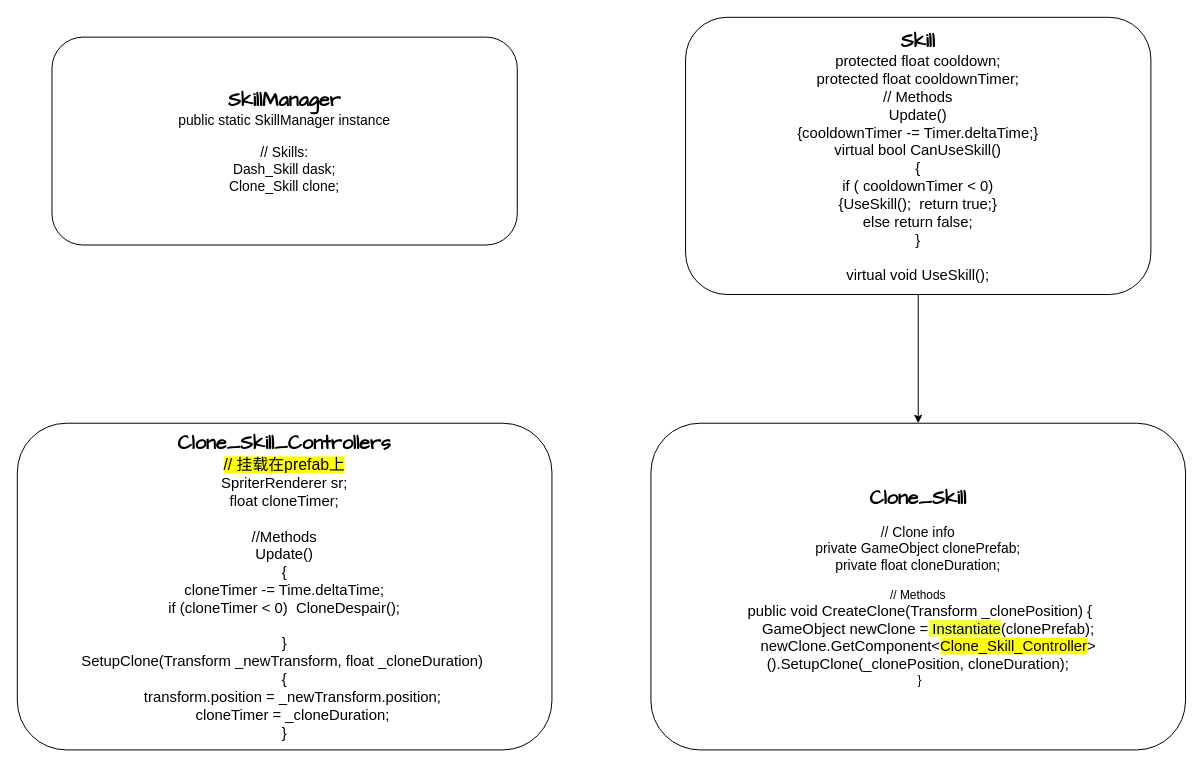
Above: all/SkillSystem.drawio in Jormungandr5/iodraw-files (draw.io), before the change. Source tidied: cells renumbered, new cells numbered last; positions are measured from the earlier drawing's top-left corner, leaving out a move shared by most shapes. Both pictures are drawn from the tidied source at 99%, with x=0, y=0 at pixel (17, 17).
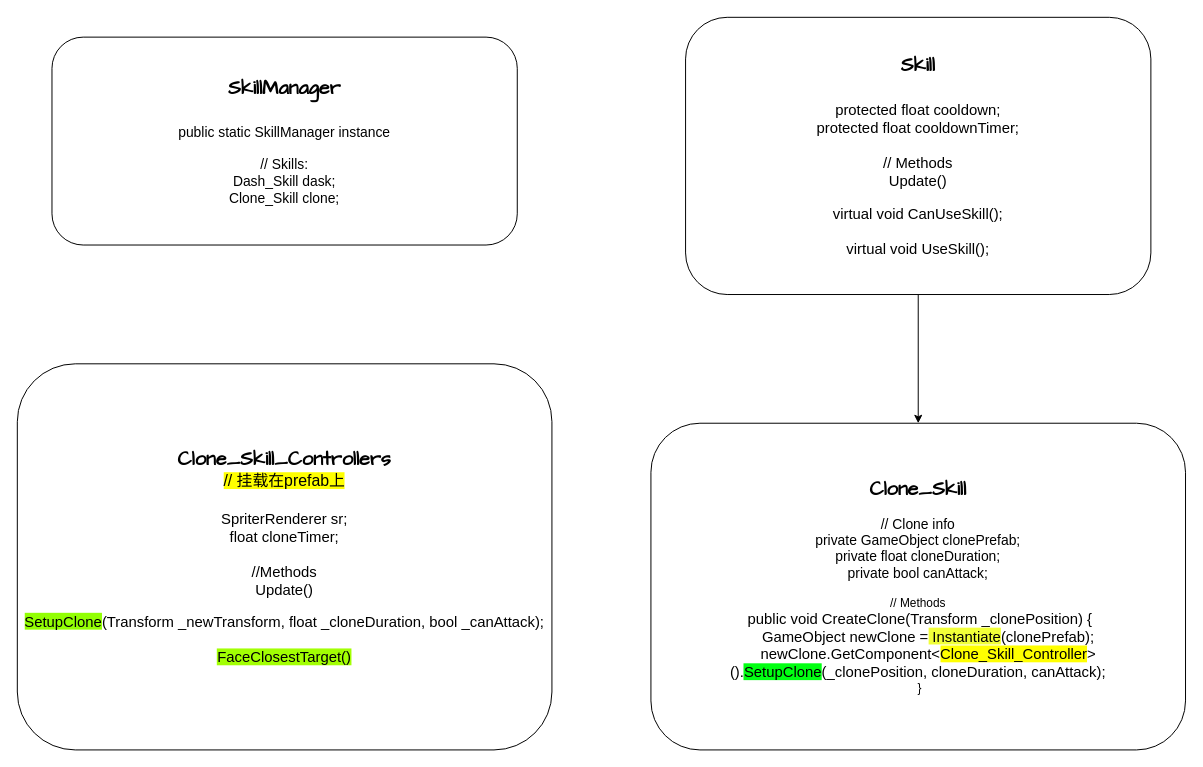
After the change.

Diff of the diagram source:
```diff
@@
 <mxGraphModel>
   <root>
     <mxCell id="0" />
     <mxCell id="1" parent="0" />
-    <mxCell id="2" value="&lt;b&gt;&lt;font face=&quot;Comic Sans MS&quot; style=&quot;font-size: 20px;&quot;&gt;SkillManager&lt;/font&gt;&lt;/b&gt;&lt;div&gt;&lt;font style=&quot;font-size: 14px;&quot;&gt;public static SkillManager instance&lt;/font&gt;&lt;/div&gt;&lt;div&gt;&lt;font style=&quot;font-size: 14px;&quot;&gt;&lt;br&gt;&lt;/font&gt;&lt;/div&gt;&lt;div&gt;&lt;font style=&quot;font-size: 14px;&quot;&gt;// Skills:&lt;/font&gt;&lt;/div&gt;&lt;div&gt;&lt;font style=&quot;font-size: 14px;&quot;&gt;Dash_Skill dask;&lt;/font&gt;&lt;/div&gt;&lt;div&gt;&lt;font style=&quot;font-size: 14px;&quot;&gt;Clone_Skill clone;&lt;/font&gt;&lt;/div&gt;" style="rounded=1;whiteSpace=wrap;html=1;" parent="1" vertex="1">
+    <mxCell id="2" value="&lt;b&gt;&lt;font face=&quot;Comic Sans MS&quot; style=&quot;font-size: 20px;&quot;&gt;SkillManager&lt;/font&gt;&lt;/b&gt;&lt;div&gt;&lt;font face=&quot;Comic Sans MS&quot;&gt;&lt;span style=&quot;font-size: 20px;&quot;&gt;&lt;b&gt;&lt;br&gt;&lt;/b&gt;&lt;/span&gt;&lt;/font&gt;&lt;div&gt;&lt;font style=&quot;font-size: 14px;&quot;&gt;public static SkillManager instance&lt;/font&gt;&lt;/div&gt;&lt;div&gt;&lt;font style=&quot;font-size: 14px;&quot;&gt;&lt;br&gt;&lt;/font&gt;&lt;/div&gt;&lt;div&gt;&lt;font style=&quot;font-size: 14px;&quot;&gt;// Skills:&lt;/font&gt;&lt;/div&gt;&lt;div&gt;&lt;font style=&quot;font-size: 14px;&quot;&gt;Dash_Skill dask;&lt;/font&gt;&lt;/div&gt;&lt;div&gt;&lt;font style=&quot;font-size: 14px;&quot;&gt;Clone_Skill clone;&lt;/font&gt;&lt;/div&gt;&lt;/div&gt;" style="rounded=1;whiteSpace=wrap;html=1;" parent="1" vertex="1">
       <mxGeometry x="35" y="20" width="470" height="210" as="geometry" />
     </mxCell>
-    <mxCell id="3" value="&lt;font face=&quot;Comic Sans MS&quot; style=&quot;font-size: 20px;&quot;&gt;&lt;b&gt;Clone_Skill&lt;/b&gt;&lt;/font&gt;&lt;div&gt;&lt;br&gt;&lt;/div&gt;&lt;div&gt;&lt;font style=&quot;font-size: 14px;&quot;&gt;// Clone info&lt;/font&gt;&lt;/div&gt;&lt;div&gt;&lt;font style=&quot;font-size: 14px;&quot;&gt;private GameObject clonePrefab;&lt;/font&gt;&lt;/div&gt;&lt;div&gt;&lt;font style=&quot;font-size: 14px;&quot;&gt;private float cloneDuration;&lt;/font&gt;&lt;/div&gt;&lt;div&gt;&lt;br&gt;&lt;/div&gt;&lt;div&gt;// Methods&lt;/div&gt;&lt;div&gt;&lt;div&gt;&lt;font style=&quot;font-size: 15px;&quot;&gt;&amp;nbsp;public void CreateClone(Transform _clonePosition)&lt;span style=&quot;background-color: transparent; color: light-dark(rgb(0, 0, 0), rgb(255, 255, 255));&quot;&gt;&amp;nbsp;{&lt;/span&gt;&lt;/font&gt;&lt;/div&gt;&lt;div&gt;&lt;font style=&quot;font-size: 15px;&quot;&gt;&amp;nbsp; &amp;nbsp; &amp;nbsp;GameObject newClone =&lt;span style=&quot;background-color: rgb(241, 255, 57);&quot;&gt; Instantiate&lt;/span&gt;(clonePrefab);&lt;/font&gt;&lt;/div&gt;&lt;div&gt;&lt;font style=&quot;font-size: 15px;&quot;&gt;&amp;nbsp; &amp;nbsp; &amp;nbsp;newClone.GetComponent&amp;lt;&lt;span style=&quot;background-color: rgb(255, 255, 0);&quot;&gt;Clone_Skill_Controller&lt;/span&gt;&amp;gt;().SetupClone(_clonePosition, cloneDuration);&lt;/font&gt;&lt;/div&gt;&lt;div&gt;&amp;nbsp;}&lt;/div&gt;&lt;/div&gt;" style="whiteSpace=wrap;html=1;rounded=1;" parent="1" vertex="1">
+    <mxCell id="3" value="&lt;font face=&quot;Comic Sans MS&quot; style=&quot;font-size: 20px;&quot;&gt;&lt;b&gt;Clone_Skill&lt;/b&gt;&lt;/font&gt;&lt;div&gt;&lt;br&gt;&lt;/div&gt;&lt;div&gt;&lt;font style=&quot;font-size: 14px;&quot;&gt;// Clone info&lt;/font&gt;&lt;/div&gt;&lt;div&gt;&lt;font style=&quot;font-size: 14px;&quot;&gt;private GameObject clonePrefab;&lt;/font&gt;&lt;/div&gt;&lt;div&gt;&lt;font style=&quot;font-size: 14px;&quot;&gt;private float cloneDuration;&lt;/font&gt;&lt;/div&gt;&lt;div&gt;&lt;font style=&quot;font-size: 14px;&quot;&gt;private bool canAttack;&lt;/font&gt;&lt;/div&gt;&lt;div&gt;&lt;br&gt;&lt;/div&gt;&lt;div&gt;// Methods&lt;/div&gt;&lt;div&gt;&lt;div&gt;&lt;font style=&quot;font-size: 15px;&quot;&gt;&amp;nbsp;public void CreateClone(Transform _clonePosition)&lt;span style=&quot;background-color: transparent; color: light-dark(rgb(0, 0, 0), rgb(255, 255, 255));&quot;&gt;&amp;nbsp;{&lt;/span&gt;&lt;/font&gt;&lt;/div&gt;&lt;div&gt;&lt;font style=&quot;font-size: 15px;&quot;&gt;&amp;nbsp; &amp;nbsp; &amp;nbsp;GameObject newClone =&lt;span style=&quot;background-color: rgb(241, 255, 57);&quot;&gt; Instantiate&lt;/span&gt;(clonePrefab);&lt;/font&gt;&lt;/div&gt;&lt;div&gt;&lt;font style=&quot;font-size: 15px;&quot;&gt;&amp;nbsp; &amp;nbsp; &amp;nbsp;newClone.GetComponent&amp;lt;&lt;span style=&quot;background-color: rgb(255, 255, 0);&quot;&gt;Clone_Skill_Controller&lt;/span&gt;&amp;gt;().&lt;span style=&quot;background-color: rgb(1, 255, 18);&quot;&gt;SetupClone&lt;/span&gt;(_clonePosition, cloneDuration, canAttack);&lt;/font&gt;&lt;/div&gt;&lt;div&gt;&amp;nbsp;}&lt;/div&gt;&lt;/div&gt;" style="whiteSpace=wrap;html=1;rounded=1;" parent="1" vertex="1">
       <mxGeometry x="640" y="410" width="540" height="330" as="geometry" />
     </mxCell>
-    <mxCell id="4" value="&lt;font face=&quot;Comic Sans MS&quot; style=&quot;font-size: 20px;&quot;&gt;&lt;b&gt;Clone_Skill_Controllers&lt;/b&gt;&lt;/font&gt;&lt;div&gt;&lt;font style=&quot;font-size: 16px; background-color: light-dark(rgb(255, 255, 0), rgb(237, 237, 237));&quot;&gt;// 挂载在prefab上&lt;br&gt;&lt;/font&gt;&lt;/div&gt;&lt;div&gt;&lt;span style=&quot;background-color: transparent; color: light-dark(rgb(0, 0, 0), rgb(255, 255, 255));&quot;&gt;&lt;font style=&quot;font-size: 15px;&quot;&gt;SpriterRenderer sr;&lt;/font&gt;&lt;/span&gt;&lt;/div&gt;&lt;div&gt;&lt;span style=&quot;background-color: transparent; color: light-dark(rgb(0, 0, 0), rgb(255, 255, 255));&quot;&gt;&lt;font style=&quot;font-size: 15px;&quot;&gt;float cloneTimer;&lt;/font&gt;&lt;/span&gt;&lt;/div&gt;&lt;div&gt;&lt;span style=&quot;background-color: transparent; color: light-dark(rgb(0, 0, 0), rgb(255, 255, 255));&quot;&gt;&lt;font style=&quot;font-size: 15px;&quot;&gt;&lt;br&gt;&lt;/font&gt;&lt;/span&gt;&lt;/div&gt;&lt;div&gt;&lt;span style=&quot;background-color: transparent; color: light-dark(rgb(0, 0, 0), rgb(255, 255, 255));&quot;&gt;&lt;font style=&quot;font-size: 15px;&quot;&gt;//Methods&lt;/font&gt;&lt;/span&gt;&lt;/div&gt;&lt;div&gt;&lt;span style=&quot;background-color: transparent; color: light-dark(rgb(0, 0, 0), rgb(255, 255, 255));&quot;&gt;&lt;font style=&quot;font-size: 15px;&quot;&gt;Update()&lt;/font&gt;&lt;/span&gt;&lt;/div&gt;&lt;div&gt;&lt;span style=&quot;background-color: transparent; color: light-dark(rgb(0, 0, 0), rgb(255, 255, 255));&quot;&gt;&lt;font style=&quot;font-size: 15px;&quot;&gt;{&lt;/font&gt;&lt;/span&gt;&lt;/div&gt;&lt;div&gt;&lt;span style=&quot;background-color: transparent;&quot;&gt;&lt;font style=&quot;&quot;&gt;&lt;span style=&quot;font-size: 15px;&quot;&gt;cloneTimer -= Time.deltaTime;&lt;/span&gt;&lt;/font&gt;&lt;/span&gt;&lt;/div&gt;&lt;div&gt;&lt;span style=&quot;background-color: transparent;&quot;&gt;&lt;font style=&quot;&quot;&gt;&lt;span style=&quot;font-size: 15px;&quot;&gt;if (cloneTimer &amp;lt; 0)&amp;nbsp; CloneDespair();&lt;/span&gt;&lt;/font&gt;&lt;/span&gt;&lt;/div&gt;&lt;div&gt;&lt;span style=&quot;background-color: transparent;&quot;&gt;&lt;font style=&quot;&quot;&gt;&lt;span style=&quot;font-size: 15px;&quot;&gt;&lt;br&gt;&lt;/span&gt;&lt;/font&gt;&lt;/span&gt;&lt;/div&gt;&lt;div&gt;&lt;span style=&quot;background-color: transparent;&quot;&gt;&lt;font style=&quot;&quot;&gt;&lt;span style=&quot;font-size: 15px;&quot;&gt;}&lt;/span&gt;&lt;/font&gt;&lt;/span&gt;&lt;/div&gt;&lt;div&gt;&lt;span style=&quot;background-color: transparent; color: light-dark(rgb(0, 0, 0), rgb(255, 255, 255));&quot;&gt;&lt;font style=&quot;font-size: 15px;&quot;&gt;SetupClone(Transform _newTransform, float _cloneDuration)&amp;nbsp;&lt;/font&gt;&lt;/span&gt;&lt;/div&gt;&lt;div&gt;&lt;span style=&quot;font-size: 15px;&quot;&gt;{&lt;/span&gt;&lt;/div&gt;&lt;div&gt;&lt;span style=&quot;font-size: 15px;&quot;&gt;&amp;nbsp; &amp;nbsp; transform.position = _newTransform.position;&lt;/span&gt;&lt;/div&gt;&lt;div&gt;&lt;span style=&quot;font-size: 15px;&quot;&gt;&amp;nbsp; &amp;nbsp; cloneTimer = _cloneDuration;&lt;/span&gt;&lt;/div&gt;&lt;div&gt;&lt;span style=&quot;background-color: transparent; font-size: 15px;&quot;&gt;}&lt;/span&gt;&lt;/div&gt;" style="whiteSpace=wrap;html=1;rounded=1;" parent="1" vertex="1">
-      <mxGeometry y="410" width="540" height="330" as="geometry" />
+    <mxCell id="4" value="&lt;font face=&quot;Comic Sans MS&quot; style=&quot;font-size: 20px;&quot;&gt;&lt;b&gt;Clone_Skill_Controllers&lt;/b&gt;&lt;/font&gt;&lt;div&gt;&lt;font style=&quot;font-size: 16px; background-color: light-dark(rgb(255, 255, 0), rgb(237, 237, 237));&quot;&gt;// 挂载在prefab上&lt;br&gt;&lt;/font&gt;&lt;/div&gt;&lt;div&gt;&lt;font style=&quot;font-size: 16px; background-color: light-dark(rgb(255, 255, 0), rgb(237, 237, 237));&quot;&gt;&lt;br&gt;&lt;/font&gt;&lt;/div&gt;&lt;div&gt;&lt;span style=&quot;background-color: transparent; color: light-dark(rgb(0, 0, 0), rgb(255, 255, 255));&quot;&gt;&lt;font style=&quot;font-size: 15px;&quot;&gt;SpriterRenderer sr;&lt;/font&gt;&lt;/span&gt;&lt;/div&gt;&lt;div&gt;&lt;span style=&quot;background-color: transparent; color: light-dark(rgb(0, 0, 0), rgb(255, 255, 255));&quot;&gt;&lt;font style=&quot;font-size: 15px;&quot;&gt;float cloneTimer;&lt;/font&gt;&lt;/span&gt;&lt;/div&gt;&lt;div&gt;&lt;span style=&quot;background-color: transparent; color: light-dark(rgb(0, 0, 0), rgb(255, 255, 255));&quot;&gt;&lt;font style=&quot;font-size: 15px;&quot;&gt;&lt;br&gt;&lt;/font&gt;&lt;/span&gt;&lt;/div&gt;&lt;div&gt;&lt;span style=&quot;background-color: transparent; color: light-dark(rgb(0, 0, 0), rgb(255, 255, 255));&quot;&gt;&lt;font style=&quot;font-size: 15px;&quot;&gt;//Methods&lt;/font&gt;&lt;/span&gt;&lt;/div&gt;&lt;div&gt;&lt;span style=&quot;background-color: transparent; color: light-dark(rgb(0, 0, 0), rgb(255, 255, 255));&quot;&gt;&lt;font style=&quot;font-size: 15px;&quot;&gt;Update()&lt;/font&gt;&lt;/span&gt;&lt;/div&gt;&lt;div&gt;&lt;br&gt;&lt;/div&gt;&lt;div&gt;&lt;span style=&quot;color: light-dark(rgb(0, 0, 0), rgb(255, 255, 255));&quot;&gt;&lt;font style=&quot;font-size: 15px;&quot;&gt;&lt;span style=&quot;background-color: rgb(146, 255, 3);&quot;&gt;SetupClone&lt;/span&gt;(Transform _newTransform, float _cloneDuration, bool _canAttack);&lt;/font&gt;&lt;/span&gt;&lt;/div&gt;&lt;div&gt;&lt;span style=&quot;background-color: transparent; font-size: 15px;&quot;&gt;&lt;br&gt;&lt;/span&gt;&lt;/div&gt;&lt;div&gt;&lt;font style=&quot;font-size: 15px; background-color: rgb(162, 255, 3);&quot;&gt;FaceClosestTarget()&lt;/font&gt;&lt;/div&gt;" style="whiteSpace=wrap;html=1;rounded=1;" parent="1" vertex="1">
+      <mxGeometry y="350" width="540" height="390" as="geometry" />
     </mxCell>
     <mxCell id="5" style="edgeStyle=orthogonalEdgeStyle;rounded=0;jettySize=auto;html=1;" parent="1" edge="1" source="6" target="3">
       <mxGeometry relative="1" as="geometry" />
     </mxCell>
-    <mxCell id="6" value="&lt;font face=&quot;Comic Sans MS&quot;&gt;&lt;span style=&quot;font-size: 20px;&quot;&gt;&lt;b&gt;Skill&lt;/b&gt;&lt;/span&gt;&lt;/font&gt;&lt;div&gt;&lt;font style=&quot;font-size: 15px;&quot;&gt;protected float cooldown;&lt;/font&gt;&lt;/div&gt;&lt;div&gt;&lt;font style=&quot;font-size: 15px;&quot;&gt;protected float cooldownTimer;&lt;/font&gt;&lt;/div&gt;&lt;div&gt;&lt;span style=&quot;font-size: 15px;&quot;&gt;// Methods&lt;/span&gt;&lt;/div&gt;&lt;div&gt;&lt;span style=&quot;font-size: 15px;&quot;&gt;Update()&lt;/span&gt;&lt;/div&gt;&lt;div&gt;&lt;span style=&quot;font-size: 15px;&quot;&gt;{cooldownTimer -= Timer.deltaTime;}&lt;/span&gt;&lt;/div&gt;&lt;div&gt;&lt;span style=&quot;font-size: 15px;&quot;&gt;virtual bool CanUseSkill()&lt;/span&gt;&lt;/div&gt;&lt;div&gt;&lt;span style=&quot;font-size: 15px;&quot;&gt;{&lt;/span&gt;&lt;/div&gt;&lt;div&gt;&lt;span style=&quot;font-size: 15px;&quot;&gt;&amp;nbsp;if ( cooldownTimer &amp;lt; 0)&amp;nbsp;&lt;/span&gt;&lt;/div&gt;&lt;div&gt;&lt;span style=&quot;font-size: 15px;&quot;&gt;{&lt;/span&gt;&lt;span style=&quot;font-size: 15px; background-color: transparent; color: light-dark(rgb(0, 0, 0), rgb(255, 255, 255));&quot;&gt;UseSkill();&amp;nbsp; r&lt;/span&gt;&lt;span style=&quot;font-size: 15px; background-color: transparent; color: light-dark(rgb(0, 0, 0), rgb(255, 255, 255));&quot;&gt;eturn true;&lt;/span&gt;&lt;span style=&quot;font-size: 15px; background-color: transparent; color: light-dark(rgb(0, 0, 0), rgb(255, 255, 255));&quot;&gt;}&lt;/span&gt;&lt;/div&gt;&lt;div&gt;&lt;span style=&quot;font-size: 15px;&quot;&gt;else return false;&lt;/span&gt;&lt;/div&gt;&lt;div&gt;&lt;span style=&quot;font-size: 15px;&quot;&gt;}&lt;/span&gt;&lt;/div&gt;&lt;div&gt;&lt;span style=&quot;font-size: 15px;&quot;&gt;&lt;br&gt;&lt;/span&gt;&lt;/div&gt;&lt;div&gt;&lt;span style=&quot;font-size: 15px;&quot;&gt;virtual void UseSkill();&lt;/span&gt;&lt;/div&gt;" style="rounded=1;whiteSpace=wrap;html=1;" parent="1" vertex="1">
+    <mxCell id="6" value="&lt;font face=&quot;Comic Sans MS&quot;&gt;&lt;span style=&quot;font-size: 20px;&quot;&gt;&lt;b&gt;Skill&lt;/b&gt;&lt;/span&gt;&lt;/font&gt;&lt;div&gt;&lt;font face=&quot;Comic Sans MS&quot;&gt;&lt;span style=&quot;font-size: 20px;&quot;&gt;&lt;b&gt;&lt;br&gt;&lt;/b&gt;&lt;/span&gt;&lt;/font&gt;&lt;div&gt;&lt;font style=&quot;font-size: 15px;&quot;&gt;protected float cooldown;&lt;/font&gt;&lt;/div&gt;&lt;div&gt;&lt;font style=&quot;font-size: 15px;&quot;&gt;protected float cooldownTimer;&lt;/font&gt;&lt;/div&gt;&lt;div&gt;&lt;font style=&quot;font-size: 15px;&quot;&gt;&lt;br&gt;&lt;/font&gt;&lt;/div&gt;&lt;div&gt;&lt;span style=&quot;font-size: 15px;&quot;&gt;// Methods&lt;/span&gt;&lt;/div&gt;&lt;div&gt;&lt;span style=&quot;font-size: 15px;&quot;&gt;Update()&lt;/span&gt;&lt;/div&gt;&lt;div&gt;&lt;br&gt;&lt;/div&gt;&lt;div&gt;&lt;font style=&quot;font-size: 15px;&quot;&gt;virtual void CanUseSkill();&lt;/font&gt;&lt;/div&gt;&lt;div&gt;&lt;span style=&quot;font-size: 15px;&quot;&gt;&lt;br&gt;&lt;/span&gt;&lt;/div&gt;&lt;div&gt;&lt;span style=&quot;font-size: 15px;&quot;&gt;virtual void UseSkill();&lt;/span&gt;&lt;/div&gt;&lt;/div&gt;" style="rounded=1;whiteSpace=wrap;html=1;" parent="1" vertex="1">
       <mxGeometry x="675" width="470" height="280" as="geometry" />
     </mxCell>
   </root>
 </mxGraphModel>
```
